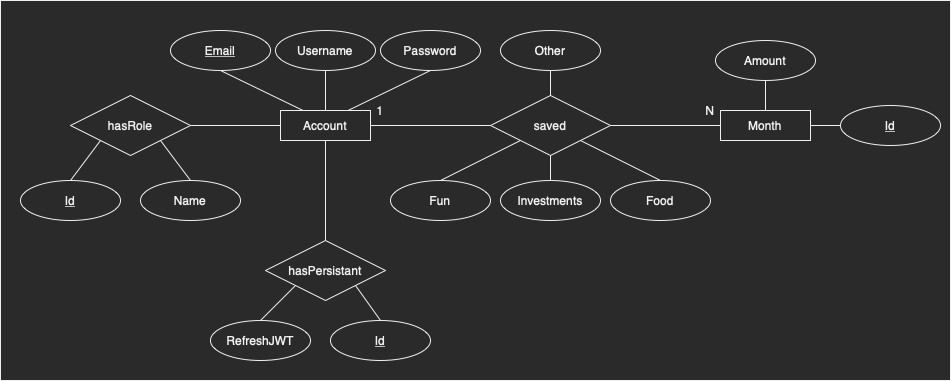
DimitarHKostov/money-tracker-db keeps this draw.io diagram as db-erm.png. Above is the earlier version. Source tidied: cells renumbered, new cells last; positions are measured from the earlier drawing's top-left corner, leaving out a move shared by most shapes. The source it was exported from:
```xml
<mxGraphModel>
  <root>
    <mxCell id="0" />
    <mxCell id="1" parent="0" />
    <mxCell id="2" style="rounded=0;whiteSpace=wrap;html=1;" parent="1" vertex="1">
      <mxGeometry width="950" height="380" as="geometry" />
    </mxCell>
    <mxCell id="3" value="Account" style="rounded=0;whiteSpace=wrap;html=1;" parent="1" vertex="1">
      <mxGeometry x="280" y="110" width="90" height="30" as="geometry" />
    </mxCell>
    <mxCell id="4" value="&lt;u&gt;Email&lt;/u&gt;" style="ellipse;whiteSpace=wrap;html=1;" parent="1" vertex="1">
      <mxGeometry x="170" y="30" width="100" height="40" as="geometry" />
    </mxCell>
    <mxCell id="5" value="Username" style="ellipse;whiteSpace=wrap;html=1;" parent="1" vertex="1">
      <mxGeometry x="275" y="30" width="100" height="40" as="geometry" />
    </mxCell>
    <mxCell id="6" value="Password" style="ellipse;whiteSpace=wrap;html=1;" parent="1" vertex="1">
      <mxGeometry x="380" y="30" width="100" height="40" as="geometry" />
    </mxCell>
    <mxCell id="7" value="saved" style="rhombus;whiteSpace=wrap;html=1;" parent="1" vertex="1">
      <mxGeometry x="490" y="95" width="120" height="60" as="geometry" />
    </mxCell>
    <mxCell id="8" style="endArrow=none;html=1;rounded=0;exitX=0.25;exitY=0;exitDx=0;exitDy=0;entryX=0.5;entryY=1;entryDx=0;entryDy=0;" parent="1" edge="1" source="3" target="4">
      <mxGeometry relative="1" as="geometry" />
    </mxCell>
    <mxCell id="9" style="endArrow=none;html=1;rounded=0;exitX=0.5;exitY=0;exitDx=0;exitDy=0;entryX=0.5;entryY=1;entryDx=0;entryDy=0;" parent="1" edge="1" source="3" target="5">
      <mxGeometry relative="1" as="geometry" />
    </mxCell>
    <mxCell id="10" style="endArrow=none;html=1;rounded=0;exitX=0.75;exitY=0;exitDx=0;exitDy=0;entryX=0.5;entryY=1;entryDx=0;entryDy=0;" parent="1" edge="1" source="3" target="6">
      <mxGeometry relative="1" as="geometry" />
    </mxCell>
    <mxCell id="11" style="endArrow=none;html=1;rounded=0;exitX=1;exitY=0.5;exitDx=0;exitDy=0;entryX=0;entryY=0.5;entryDx=0;entryDy=0;" parent="1" edge="1" source="3" target="7">
      <mxGeometry relative="1" as="geometry" />
    </mxCell>
    <mxCell id="12" value="Month" style="rounded=0;whiteSpace=wrap;html=1;" parent="1" vertex="1">
      <mxGeometry x="720" y="110" width="90" height="30" as="geometry" />
    </mxCell>
    <mxCell id="13" style="endArrow=none;html=1;rounded=0;exitX=1;exitY=0.5;exitDx=0;exitDy=0;entryX=0;entryY=0.5;entryDx=0;entryDy=0;" parent="1" edge="1" source="7" target="12">
      <mxGeometry relative="1" as="geometry" />
    </mxCell>
    <mxCell id="14" value="Amount" style="ellipse;whiteSpace=wrap;html=1;" parent="1" vertex="1">
      <mxGeometry x="715" y="40" width="100" height="40" as="geometry" />
    </mxCell>
    <mxCell id="15" value="Investments" style="ellipse;whiteSpace=wrap;html=1;" parent="1" vertex="1">
      <mxGeometry x="500" y="180" width="100" height="40" as="geometry" />
    </mxCell>
    <mxCell id="16" value="Fun" style="ellipse;whiteSpace=wrap;html=1;" parent="1" vertex="1">
      <mxGeometry x="390" y="180" width="100" height="40" as="geometry" />
    </mxCell>
    <mxCell id="17" value="Other" style="ellipse;whiteSpace=wrap;html=1;" parent="1" vertex="1">
      <mxGeometry x="500" y="30" width="100" height="40" as="geometry" />
    </mxCell>
    <mxCell id="18" value="Food" style="ellipse;whiteSpace=wrap;html=1;" parent="1" vertex="1">
      <mxGeometry x="610" y="180" width="100" height="40" as="geometry" />
    </mxCell>
    <mxCell id="19" value="1" style="text;html=1;strokeColor=none;fillColor=none;align=center;verticalAlign=middle;whiteSpace=wrap;rounded=0;" parent="1" vertex="1">
      <mxGeometry x="350" y="95" width="60" height="30" as="geometry" />
    </mxCell>
    <mxCell id="20" value="N" style="text;html=1;strokeColor=none;fillColor=none;align=center;verticalAlign=middle;whiteSpace=wrap;rounded=0;" parent="1" vertex="1">
      <mxGeometry x="680" y="95" width="60" height="30" as="geometry" />
    </mxCell>
    <mxCell id="21" style="endArrow=none;html=1;rounded=0;entryX=0.5;entryY=1;entryDx=0;entryDy=0;exitX=0.5;exitY=0;exitDx=0;exitDy=0;" parent="1" edge="1" source="12" target="14">
      <mxGeometry relative="1" as="geometry" />
    </mxCell>
    <mxCell id="22" style="endArrow=none;html=1;rounded=0;entryX=1;entryY=1;entryDx=0;entryDy=0;exitX=0.5;exitY=0;exitDx=0;exitDy=0;" parent="1" edge="1" source="18" target="7">
      <mxGeometry relative="1" as="geometry" />
    </mxCell>
    <mxCell id="23" style="endArrow=none;html=1;rounded=0;entryX=0.5;entryY=1;entryDx=0;entryDy=0;" parent="1" edge="1" target="7">
      <mxGeometry relative="1" as="geometry">
        <mxPoint x="550" y="180" as="sourcePoint" />
      </mxGeometry>
    </mxCell>
    <mxCell id="24" style="endArrow=none;html=1;rounded=0;entryX=0;entryY=1;entryDx=0;entryDy=0;exitX=0.5;exitY=0;exitDx=0;exitDy=0;" parent="1" edge="1" source="16" target="7">
      <mxGeometry relative="1" as="geometry" />
    </mxCell>
    <mxCell id="25" style="endArrow=none;html=1;rounded=0;entryX=0.5;entryY=1;entryDx=0;entryDy=0;exitX=0.5;exitY=0;exitDx=0;exitDy=0;" parent="1" edge="1" source="7" target="17">
      <mxGeometry relative="1" as="geometry" />
    </mxCell>
    <mxCell id="26" value="&lt;u&gt;Id&lt;/u&gt;" style="ellipse;whiteSpace=wrap;html=1;" parent="1" vertex="1">
      <mxGeometry x="840" y="105" width="100" height="40" as="geometry" />
    </mxCell>
    <mxCell id="27" style="endArrow=none;html=1;rounded=0;entryX=0;entryY=0.5;entryDx=0;entryDy=0;exitX=1;exitY=0.5;exitDx=0;exitDy=0;" parent="1" edge="1" source="12" target="26">
      <mxGeometry relative="1" as="geometry" />
    </mxCell>
    <mxCell id="28" value="hasRole" style="rhombus;whiteSpace=wrap;html=1;" parent="1" vertex="1">
      <mxGeometry x="70" y="95" width="120" height="60" as="geometry" />
    </mxCell>
    <mxCell id="29" value="&lt;u&gt;Id&lt;/u&gt;" style="ellipse;whiteSpace=wrap;html=1;" parent="1" vertex="1">
      <mxGeometry x="20" y="180" width="100" height="40" as="geometry" />
    </mxCell>
    <mxCell id="30" value="Name" style="ellipse;whiteSpace=wrap;html=1;" parent="1" vertex="1">
      <mxGeometry x="140" y="180" width="100" height="40" as="geometry" />
    </mxCell>
    <mxCell id="31" style="endArrow=none;html=1;rounded=0;exitX=1;exitY=1;exitDx=0;exitDy=0;entryX=0.5;entryY=0;entryDx=0;entryDy=0;" parent="1" edge="1" source="28" target="30">
      <mxGeometry relative="1" as="geometry" />
    </mxCell>
    <mxCell id="32" style="endArrow=none;html=1;rounded=0;entryX=0;entryY=1;entryDx=0;entryDy=0;exitX=0.5;exitY=0;exitDx=0;exitDy=0;" parent="1" edge="1" source="29" target="28">
      <mxGeometry relative="1" as="geometry" />
    </mxCell>
    <mxCell id="33" style="endArrow=none;html=1;rounded=0;entryX=0.5;entryY=1;entryDx=0;entryDy=0;exitX=0.5;exitY=0;exitDx=0;exitDy=0;" parent="1" edge="1" source="34" target="3">
      <mxGeometry relative="1" as="geometry" />
    </mxCell>
    <mxCell id="34" value="hasPersistant" style="rhombus;whiteSpace=wrap;html=1;" parent="1" vertex="1">
      <mxGeometry x="265" y="240" width="120" height="60" as="geometry" />
    </mxCell>
    <mxCell id="35" value="&lt;u&gt;Id&lt;/u&gt;" style="ellipse;whiteSpace=wrap;html=1;" parent="1" vertex="1">
      <mxGeometry x="330" y="320" width="100" height="40" as="geometry" />
    </mxCell>
    <mxCell id="36" value="RefreshJWT" style="ellipse;whiteSpace=wrap;html=1;" parent="1" vertex="1">
      <mxGeometry x="210" y="320" width="100" height="40" as="geometry" />
    </mxCell>
    <mxCell id="37" style="endArrow=none;html=1;rounded=0;exitX=0.5;exitY=0;exitDx=0;exitDy=0;entryX=0;entryY=1;entryDx=0;entryDy=0;" parent="1" edge="1" source="36" target="34">
      <mxGeometry relative="1" as="geometry" />
    </mxCell>
    <mxCell id="38" style="endArrow=none;html=1;rounded=0;entryX=0.5;entryY=0;entryDx=0;entryDy=0;exitX=1;exitY=1;exitDx=0;exitDy=0;" parent="1" edge="1" source="34" target="35">
      <mxGeometry relative="1" as="geometry" />
    </mxCell>
    <mxCell id="39" style="endArrow=none;html=1;rounded=0;entryX=0;entryY=0.5;entryDx=0;entryDy=0;exitX=1;exitY=0.5;exitDx=0;exitDy=0;" parent="1" edge="1" source="28" target="3">
      <mxGeometry relative="1" as="geometry" />
    </mxCell>
  </root>
</mxGraphModel>
```
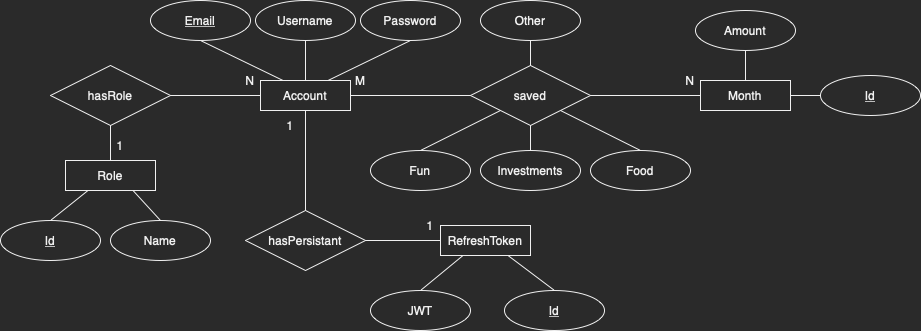
After the commit.

The edit, as a diff of the source:
```diff
@@ -2,9 +2,6 @@
   <root>
     <mxCell id="0" />
     <mxCell id="1" parent="0" />
-    <mxCell id="2" style="rounded=0;whiteSpace=wrap;html=1;" parent="1" vertex="1">
-      <mxGeometry width="950" height="380" as="geometry" />
-    </mxCell>
     <mxCell id="3" value="Account" style="rounded=0;whiteSpace=wrap;html=1;" parent="1" vertex="1">
       <mxGeometry x="280" y="110" width="90" height="30" as="geometry" />
     </mxCell>
@@ -53,7 +50,7 @@
     <mxCell id="18" value="Food" style="ellipse;whiteSpace=wrap;html=1;" parent="1" vertex="1">
       <mxGeometry x="610" y="180" width="100" height="40" as="geometry" />
     </mxCell>
-    <mxCell id="19" value="1" style="text;html=1;strokeColor=none;fillColor=none;align=center;verticalAlign=middle;whiteSpace=wrap;rounded=0;" parent="1" vertex="1">
+    <mxCell id="19" value="M" style="text;html=1;strokeColor=none;fillColor=none;align=center;verticalAlign=middle;whiteSpace=wrap;rounded=0;" parent="1" vertex="1">
       <mxGeometry x="350" y="95" width="60" height="30" as="geometry" />
     </mxCell>
     <mxCell id="20" value="N" style="text;html=1;strokeColor=none;fillColor=none;align=center;verticalAlign=middle;whiteSpace=wrap;rounded=0;" parent="1" vertex="1">
@@ -85,38 +82,62 @@
     <mxCell id="28" value="hasRole" style="rhombus;whiteSpace=wrap;html=1;" parent="1" vertex="1">
       <mxGeometry x="70" y="95" width="120" height="60" as="geometry" />
     </mxCell>
-    <mxCell id="29" value="&lt;u&gt;Id&lt;/u&gt;" style="ellipse;whiteSpace=wrap;html=1;" parent="1" vertex="1">
-      <mxGeometry x="20" y="180" width="100" height="40" as="geometry" />
-    </mxCell>
-    <mxCell id="30" value="Name" style="ellipse;whiteSpace=wrap;html=1;" parent="1" vertex="1">
-      <mxGeometry x="140" y="180" width="100" height="40" as="geometry" />
-    </mxCell>
-    <mxCell id="31" style="endArrow=none;html=1;rounded=0;exitX=1;exitY=1;exitDx=0;exitDy=0;entryX=0.5;entryY=0;entryDx=0;entryDy=0;" parent="1" edge="1" source="28" target="30">
-      <mxGeometry relative="1" as="geometry" />
-    </mxCell>
-    <mxCell id="32" style="endArrow=none;html=1;rounded=0;entryX=0;entryY=1;entryDx=0;entryDy=0;exitX=0.5;exitY=0;exitDx=0;exitDy=0;" parent="1" edge="1" source="29" target="28">
-      <mxGeometry relative="1" as="geometry" />
-    </mxCell>
     <mxCell id="33" style="endArrow=none;html=1;rounded=0;entryX=0.5;entryY=1;entryDx=0;entryDy=0;exitX=0.5;exitY=0;exitDx=0;exitDy=0;" parent="1" edge="1" source="34" target="3">
       <mxGeometry relative="1" as="geometry" />
     </mxCell>
     <mxCell id="34" value="hasPersistant" style="rhombus;whiteSpace=wrap;html=1;" parent="1" vertex="1">
       <mxGeometry x="265" y="240" width="120" height="60" as="geometry" />
     </mxCell>
-    <mxCell id="35" value="&lt;u&gt;Id&lt;/u&gt;" style="ellipse;whiteSpace=wrap;html=1;" parent="1" vertex="1">
-      <mxGeometry x="330" y="320" width="100" height="40" as="geometry" />
-    </mxCell>
-    <mxCell id="36" value="RefreshJWT" style="ellipse;whiteSpace=wrap;html=1;" parent="1" vertex="1">
-      <mxGeometry x="210" y="320" width="100" height="40" as="geometry" />
-    </mxCell>
-    <mxCell id="37" style="endArrow=none;html=1;rounded=0;exitX=0.5;exitY=0;exitDx=0;exitDy=0;entryX=0;entryY=1;entryDx=0;entryDy=0;" parent="1" edge="1" source="36" target="34">
-      <mxGeometry relative="1" as="geometry" />
-    </mxCell>
-    <mxCell id="38" style="endArrow=none;html=1;rounded=0;entryX=0.5;entryY=0;entryDx=0;entryDy=0;exitX=1;exitY=1;exitDx=0;exitDy=0;" parent="1" edge="1" source="34" target="35">
-      <mxGeometry relative="1" as="geometry" />
-    </mxCell>
     <mxCell id="39" style="endArrow=none;html=1;rounded=0;entryX=0;entryY=0.5;entryDx=0;entryDy=0;exitX=1;exitY=0.5;exitDx=0;exitDy=0;" parent="1" edge="1" source="28" target="3">
       <mxGeometry relative="1" as="geometry" />
     </mxCell>
+    <mxCell id="40" value="Role" style="rounded=0;whiteSpace=wrap;html=1;" parent="1" vertex="1">
+      <mxGeometry x="85" y="190" width="90" height="30" as="geometry" />
+    </mxCell>
+    <mxCell id="41" style="endArrow=none;html=1;rounded=0;entryX=0.5;entryY=1;entryDx=0;entryDy=0;exitX=0.5;exitY=0;exitDx=0;exitDy=0;" parent="1" edge="1" source="40" target="28">
+      <mxGeometry relative="1" as="geometry" />
+    </mxCell>
+    <mxCell id="42" value="&lt;u&gt;Id&lt;/u&gt;" style="ellipse;whiteSpace=wrap;html=1;" parent="1" vertex="1">
+      <mxGeometry x="20" y="250" width="100" height="40" as="geometry" />
+    </mxCell>
+    <mxCell id="43" style="endArrow=none;html=1;rounded=0;entryX=0.25;entryY=1;entryDx=0;entryDy=0;exitX=0.5;exitY=0;exitDx=0;exitDy=0;" parent="1" edge="1" source="42" target="40">
+      <mxGeometry relative="1" as="geometry" />
+    </mxCell>
+    <mxCell id="30" value="Name" style="ellipse;whiteSpace=wrap;html=1;" parent="1" vertex="1">
+      <mxGeometry x="130" y="250" width="100" height="40" as="geometry" />
+    </mxCell>
+    <mxCell id="44" style="endArrow=none;html=1;rounded=0;entryX=0.75;entryY=1;entryDx=0;entryDy=0;exitX=0.5;exitY=0;exitDx=0;exitDy=0;" parent="1" edge="1" source="30" target="40">
+      <mxGeometry relative="1" as="geometry" />
+    </mxCell>
+    <mxCell id="45" value="RefreshToken" style="rounded=0;whiteSpace=wrap;html=1;" parent="1" vertex="1">
+      <mxGeometry x="460" y="255" width="90" height="30" as="geometry" />
+    </mxCell>
+    <mxCell id="46" style="endArrow=none;html=1;rounded=0;entryX=0;entryY=0.5;entryDx=0;entryDy=0;exitX=1;exitY=0.5;exitDx=0;exitDy=0;" parent="1" edge="1" source="34" target="45">
+      <mxGeometry relative="1" as="geometry" />
+    </mxCell>
+    <mxCell id="47" value="JWT" style="ellipse;whiteSpace=wrap;html=1;" parent="1" vertex="1">
+      <mxGeometry x="390" y="320" width="100" height="40" as="geometry" />
+    </mxCell>
+    <mxCell id="48" value="&lt;u&gt;Id&lt;/u&gt;" style="ellipse;whiteSpace=wrap;html=1;" parent="1" vertex="1">
+      <mxGeometry x="524" y="320" width="100" height="40" as="geometry" />
+    </mxCell>
+    <mxCell id="49" style="endArrow=none;html=1;rounded=0;entryX=0.25;entryY=1;entryDx=0;entryDy=0;exitX=0.5;exitY=0;exitDx=0;exitDy=0;" parent="1" edge="1" source="47" target="45">
+      <mxGeometry relative="1" as="geometry" />
+    </mxCell>
+    <mxCell id="50" style="endArrow=none;html=1;rounded=0;entryX=0.75;entryY=1;entryDx=0;entryDy=0;exitX=0.5;exitY=0;exitDx=0;exitDy=0;" parent="1" edge="1" source="48" target="45">
+      <mxGeometry relative="1" as="geometry" />
+    </mxCell>
+    <mxCell id="51" value="N" style="text;html=1;strokeColor=none;fillColor=none;align=center;verticalAlign=middle;whiteSpace=wrap;rounded=0;" parent="1" vertex="1">
+      <mxGeometry x="240" y="95" width="60" height="30" as="geometry" />
+    </mxCell>
+    <mxCell id="52" value="1" style="text;html=1;strokeColor=none;fillColor=none;align=center;verticalAlign=middle;whiteSpace=wrap;rounded=0;" parent="1" vertex="1">
+      <mxGeometry x="110" y="160" width="60" height="30" as="geometry" />
+    </mxCell>
+    <mxCell id="53" value="1" style="text;html=1;strokeColor=none;fillColor=none;align=center;verticalAlign=middle;whiteSpace=wrap;rounded=0;" parent="1" vertex="1">
+      <mxGeometry x="280" y="140" width="60" height="30" as="geometry" />
+    </mxCell>
+    <mxCell id="54" value="1" style="text;html=1;strokeColor=none;fillColor=none;align=center;verticalAlign=middle;whiteSpace=wrap;rounded=0;" parent="1" vertex="1">
+      <mxGeometry x="420" y="240" width="60" height="30" as="geometry" />
+    </mxCell>
   </root>
 </mxGraphModel>
```
